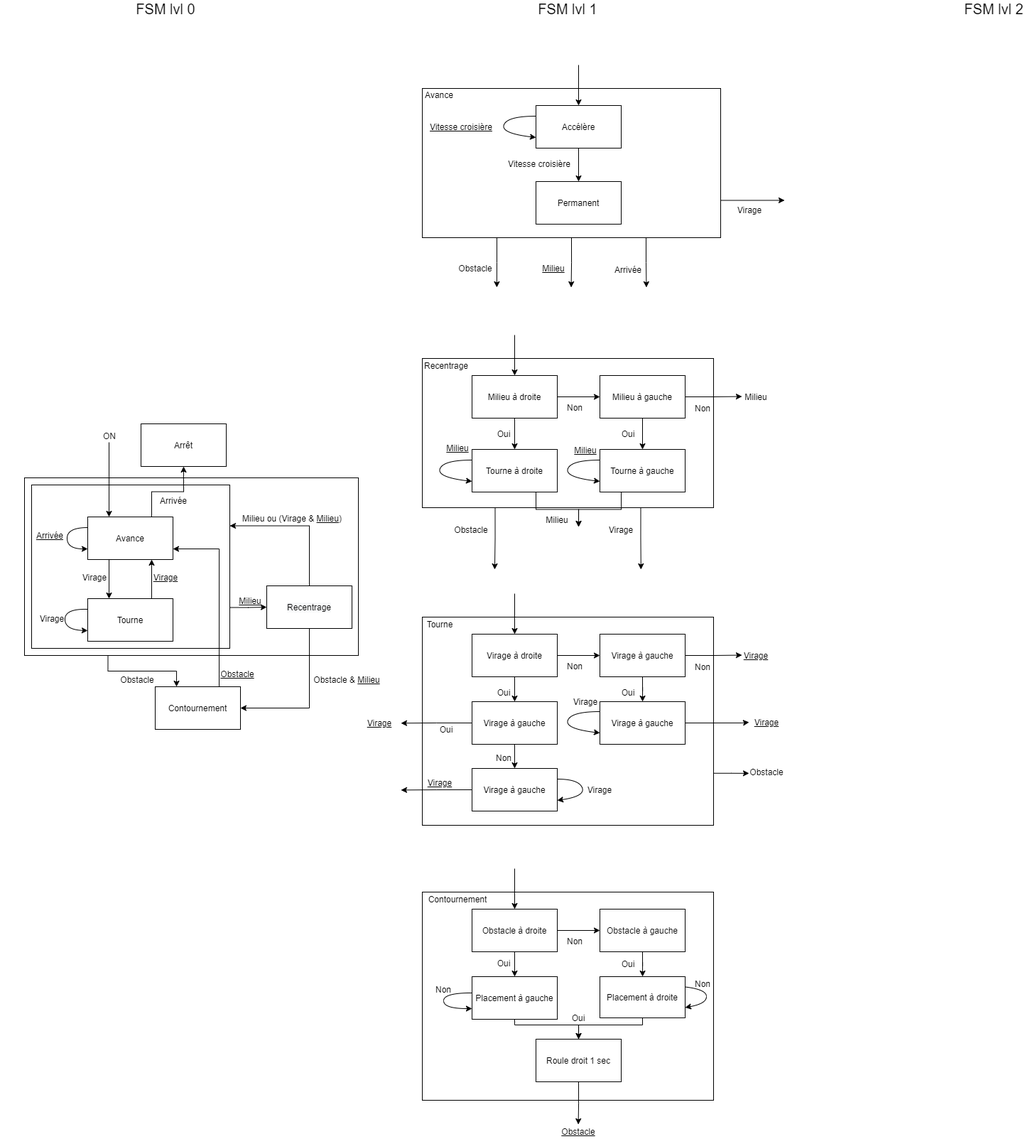
This is FSM_SC_HP.png from robotronik/NXPcup2021, a draw.io export, as it was before one commit. Source tidied: cells renumbered, new cells last; positions are measured from the earlier drawing's top-left corner, leaving out a move shared by most shapes.
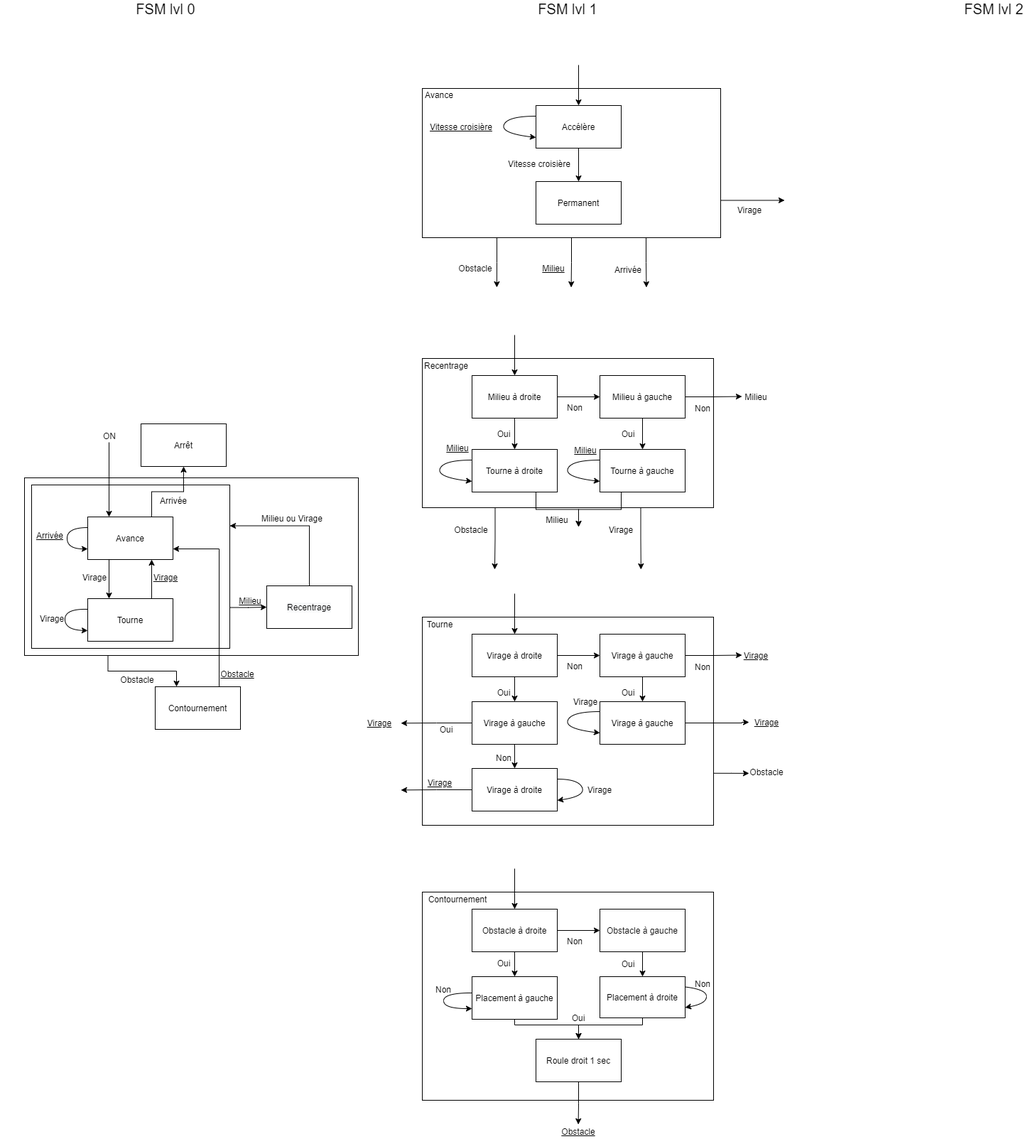
After the change.

What changed in the source:
```diff
@@ -54,9 +54,6 @@
     <mxCell id="15" style="edgeStyle=orthogonalEdgeStyle;rounded=0;jettySize=auto;html=1;exitX=0.5;exitY=0;exitDx=0;exitDy=0;entryX=1;entryY=0.25;entryDx=0;entryDy=0;" parent="1" edge="1" source="17" target="10">
       <mxGeometry relative="1" as="geometry" />
     </mxCell>
-    <mxCell id="16" style="edgeStyle=orthogonalEdgeStyle;rounded=0;jettySize=auto;html=1;exitX=0.5;exitY=1;exitDx=0;exitDy=0;entryX=1;entryY=0.5;entryDx=0;entryDy=0;" parent="1" edge="1" source="17" target="21">
-      <mxGeometry relative="1" as="geometry" />
-    </mxCell>
     <mxCell id="17" value="&#10;&#10;&lt;span style=&quot;color: rgb(0, 0, 0); font-family: helvetica; font-size: 12px; font-style: normal; font-weight: 400; letter-spacing: normal; text-align: center; text-indent: 0px; text-transform: none; word-spacing: 0px; background-color: rgb(248, 249, 250); display: inline; float: none;&quot;&gt;Recentrage&lt;/span&gt;&#10;&#10;" style="rounded=0;whiteSpace=wrap;html=1;" parent="1" vertex="1">
       <mxGeometry x="375" y="822" width="120" height="60" as="geometry" />
     </mxCell>
@@ -81,7 +78,7 @@
     <mxCell id="24" value="&lt;u&gt;Obstacle&lt;/u&gt;" style="text;html=1;strokeColor=none;fillColor=none;align=center;verticalAlign=middle;whiteSpace=wrap;rounded=0;" parent="1" vertex="1">
       <mxGeometry x="284" y="936" width="100" height="20" as="geometry" />
     </mxCell>
-    <mxCell id="25" value="Milieu ou (Virage &amp;amp; &lt;u&gt;Milieu&lt;/u&gt;)" style="text;html=1;strokeColor=none;fillColor=none;align=center;verticalAlign=middle;whiteSpace=wrap;rounded=0;" parent="1" vertex="1">
+    <mxCell id="25" value="Milieu ou Virage" style="text;html=1;strokeColor=none;fillColor=none;align=center;verticalAlign=middle;whiteSpace=wrap;rounded=0;" parent="1" vertex="1">
       <mxGeometry x="338" y="717" width="146" height="20" as="geometry" />
     </mxCell>
     <mxCell id="26" value="&lt;u&gt;Milieu&lt;/u&gt;" style="text;html=1;strokeColor=none;fillColor=none;align=center;verticalAlign=middle;whiteSpace=wrap;rounded=0;" parent="1" vertex="1">
@@ -281,9 +278,6 @@
     <mxCell id="77" value="Milieu" style="text;html=1;strokeColor=none;fillColor=none;align=center;verticalAlign=middle;whiteSpace=wrap;rounded=0;" parent="1" vertex="1">
       <mxGeometry x="764" y="719" width="40" height="20" as="geometry" />
     </mxCell>
-    <mxCell id="78" value="Obstacle &amp;amp;&amp;nbsp;&lt;u&gt;Milieu&lt;/u&gt;" style="text;html=1;strokeColor=none;fillColor=none;align=center;verticalAlign=middle;whiteSpace=wrap;rounded=0;" parent="1" vertex="1">
-      <mxGeometry x="438" y="944" width="100" height="20" as="geometry" />
-    </mxCell>
     <mxCell id="79" style="edgeStyle=orthogonalEdgeStyle;rounded=0;jettySize=auto;html=1;exitX=1;exitY=0.75;exitDx=0;exitDy=0;" parent="1" edge="1" source="80">
       <mxGeometry relative="1" as="geometry">
         <mxPoint x="1054" y="1085.9" as="targetPoint" />
@@ -379,7 +373,7 @@
         <mxPoint x="564" y="1109.4" as="targetPoint" />
       </mxGeometry>
     </mxCell>
-    <mxCell id="104" value="Virage à gauche" style="rounded=0;whiteSpace=wrap;html=1;" parent="1" vertex="1">
+    <mxCell id="104" value="Virage à droite" style="rounded=0;whiteSpace=wrap;html=1;" parent="1" vertex="1">
       <mxGeometry x="664" y="1079" width="120" height="60" as="geometry" />
     </mxCell>
     <mxCell id="105" value="Non" style="text;html=1;strokeColor=none;fillColor=none;align=center;verticalAlign=middle;whiteSpace=wrap;rounded=0;" parent="1" vertex="1">
```
